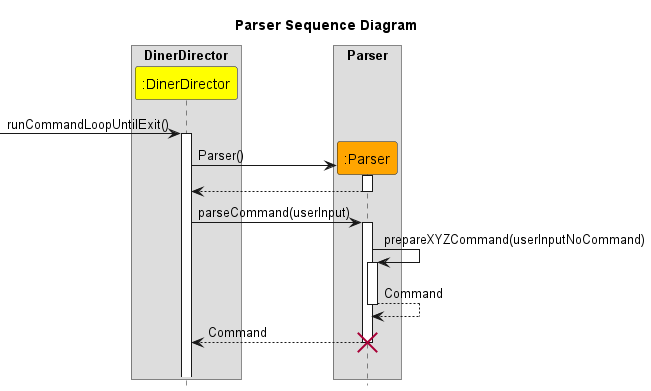
Above: docs/uml/images/ParserSequenceDiagram.png in nus-cs2113-AY2223S2/tp (PlantUML), before the change.
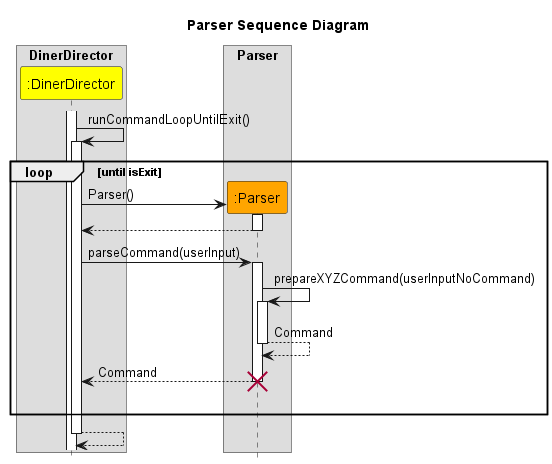
The same file after the commit.

Diff of the diagram source:
```diff
@@ -1,15 +1,18 @@
 @startuml
-hide footbox
+!include Style.puml
+
 title Parser Sequence Diagram
 
 box "DinerDirector"
-participant ":DinerDirector" as DinerDirector #yellow
+participant ":DinerDirector" as DinerDirector DINERDIRECTOR_COLOR
 endbox
 box "Parser"
-participant ":Parser" as Parser #orange
+participant ":Parser" as Parser PARSER_COLOR
 endbox
 
-[-> DinerDirector ++ : runCommandLoopUntilExit()
+activate DinerDirector
+DinerDirector -> DinerDirector ++ : runCommandLoopUntilExit()
+loop until isExit
 create Parser
 DinerDirector -> Parser ++ : Parser()
 return
@@ -18,9 +21,11 @@
 Parser -> Parser ++ :prepareXYZCommand(userInputNoCommand)
 return Command
 return Command
-
 destroy Parser
 |||
+end
+return
+
 
 
 
```
